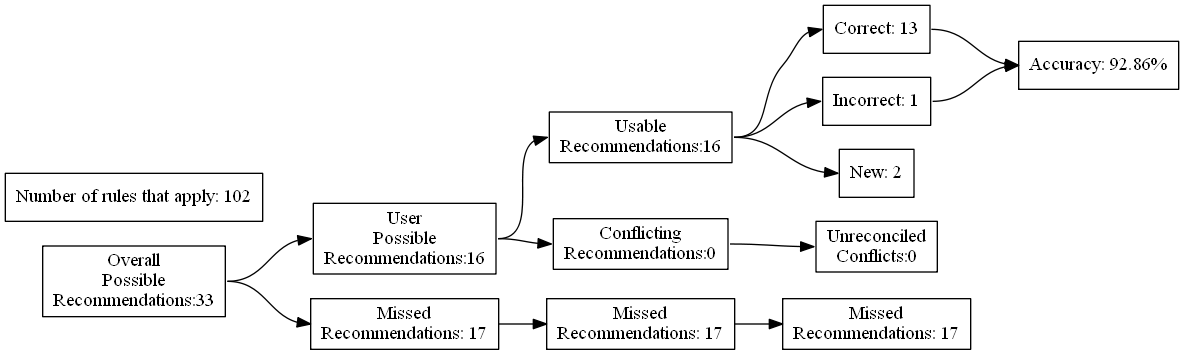
Earlier version of the Graphviz export test_renders/27.gv.png (ZaxR/ibd_diet_analysis). Its source is kept beside it as test_renders/27.gv.
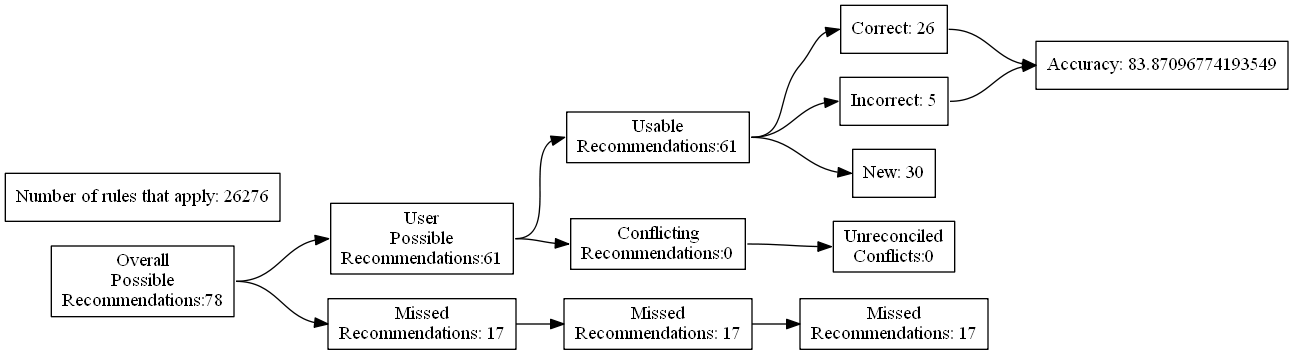
Later version of the same file.

Change to the diagram source:
```diff
@@ -4,27 +4,27 @@
 	edge [headport=w tailport=e]
 		A [label="Overall
 Possible
-Recommendations:33"]
+Recommendations:78"]
 		B [label="User
 Possible
-Recommendations:16"]
+Recommendations:61"]
 		C [label="Missed
 Recommendations: 17"]
 		D [label="Usable
-Recommendations:16"]
+Recommendations:61"]
 		E [label="Conflicting
 Recommendations:0"]
 		J [label="Missed
 Recommendations: 17"]
 		M [label="Unreconciled
 Conflicts:0"]
-		F [label="Correct: 13"]
-		G [label="Incorrect: 1"]
-		H [label="New: 2"]
+		F [label="Correct: 26"]
+		G [label="Incorrect: 5"]
+		H [label="New: 30"]
 		K [label="Missed
 Recommendations: 17"]
-		I [label="Accuracy: 92.86%"]
-		l [label="Number of rules that apply: 102"]
+		I [label="Accuracy: 83.87096774193549"]
+		l [label="Number of rules that apply: 26276"]
 			A -> B
 			A -> C
 			B -> D
```
